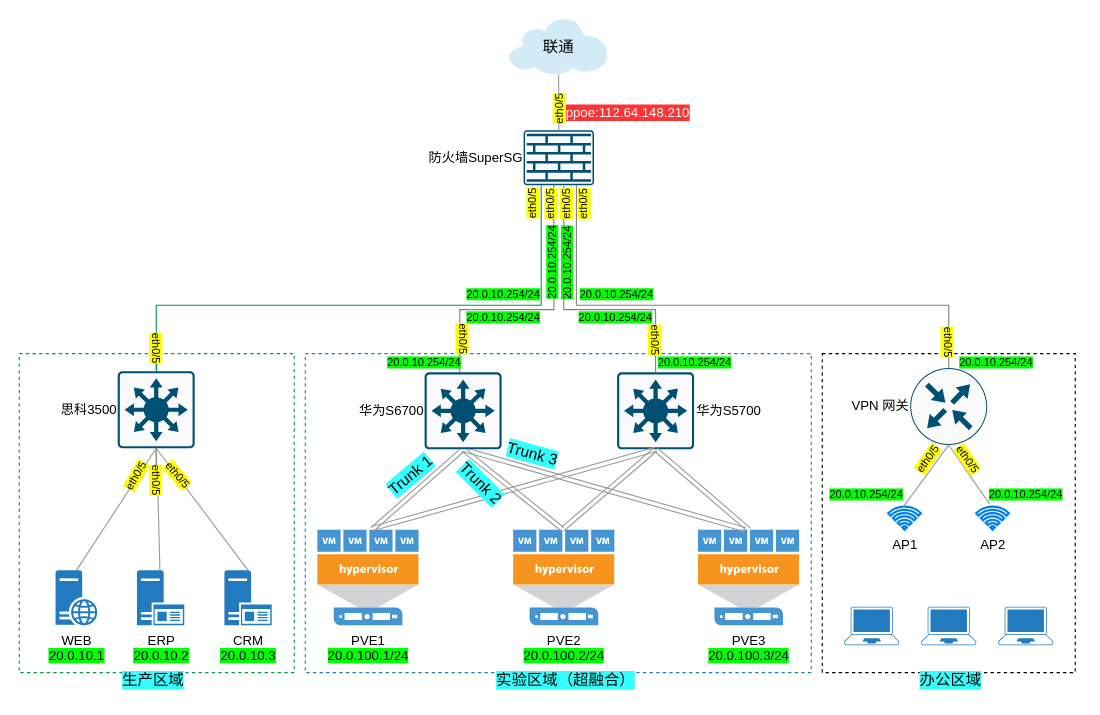
ahhfltj/cloud keeps this draw.io diagram as page "实验环境拓扑图" (5 of 5) of Untitled Diagram.drawio. Above is the earlier version. Source tidied: cells renumbered, new cells numbered last; positions are measured from the earlier drawing's top-left corner, leaving out a move shared by most shapes. Both pictures are drawn from the tidied source at 110%, with x=0, y=0 at pixel (19, 19).
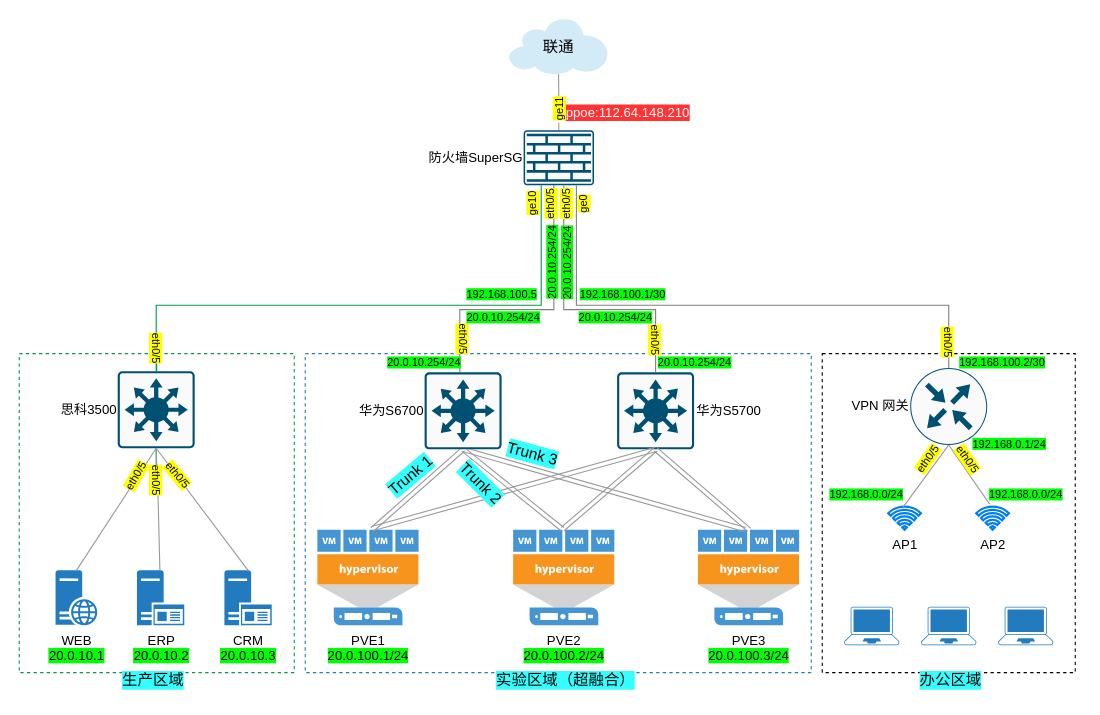
After the change.

The edit, as a diff of the source:
```diff
@@
-    <mxCell id="41" value="&lt;div style=&quot;font-size: 10px&quot;&gt;eth0/5&lt;/div&gt;" style="text;whiteSpace=wrap;html=1;horizontal=0;align=center;verticalAlign=middle;labelBackgroundColor=#FFFF00;fontSize=10;" parent="1" vertex="1">
+    <mxCell id="41" value="&lt;div style=&quot;font-size: 10px&quot;&gt;ge10&lt;/div&gt;" style="text;whiteSpace=wrap;html=1;horizontal=0;align=center;verticalAlign=middle;labelBackgroundColor=#FFFF00;fontSize=10;" parent="1" vertex="1">
       <mxGeometry x="458.5" y="156" width="16" height="24" as="geometry" />
     </mxCell>
@@
-    <mxCell id="44" value="&lt;div style=&quot;font-size: 10px&quot;&gt;eth0/5&lt;/div&gt;" style="text;whiteSpace=wrap;html=1;horizontal=0;align=center;verticalAlign=middle;labelBackgroundColor=#FFFF00;fontSize=10;" parent="1" vertex="1">
+    <mxCell id="44" value="&lt;div style=&quot;font-size: 10px&quot;&gt;ge0&lt;/div&gt;" style="text;whiteSpace=wrap;html=1;horizontal=0;align=center;verticalAlign=middle;labelBackgroundColor=#FFFF00;fontSize=10;" parent="1" vertex="1">
       <mxGeometry x="505" y="156" width="16" height="24" as="geometry" />
     </mxCell>
@@
-    <mxCell id="51" value="&lt;span style=&quot;background-color: rgb(0 , 255 , 0)&quot;&gt;20.0.10.254/24&lt;/span&gt;" style="text;whiteSpace=wrap;html=1;fontSize=10;" parent="1" vertex="1">
+    <mxCell id="51" value="&lt;span style=&quot;background-color: rgb(0 , 255 , 0)&quot;&gt;192.168.100.5&lt;/span&gt;" style="text;whiteSpace=wrap;html=1;fontSize=10;" parent="1" vertex="1">
       <mxGeometry x="404.5" y="238.2" width="70" height="24.9" as="geometry" />
     </mxCell>
-    <mxCell id="52" value="&lt;span style=&quot;background-color: rgb(0 , 255 , 0)&quot;&gt;20.0.10.254/24&lt;/span&gt;" style="text;whiteSpace=wrap;html=1;fontSize=10;" parent="1" vertex="1">
+    <mxCell id="52" value="&lt;span style=&quot;background-color: rgb(0 , 255 , 0)&quot;&gt;192.168.100.1/30&lt;/span&gt;" style="text;whiteSpace=wrap;html=1;fontSize=10;" parent="1" vertex="1">
       <mxGeometry x="507.5" y="238.2" width="79" height="20" as="geometry" />
     </mxCell>
-    <mxCell id="53" value="&lt;span style=&quot;background-color: rgb(0 , 255 , 0)&quot;&gt;20.0.10.254/24&lt;/span&gt;" style="text;whiteSpace=wrap;html=1;fontSize=10;" parent="1" vertex="1">
+    <mxCell id="53" value="&lt;span style=&quot;background-color: rgb(0 , 255 , 0)&quot;&gt;192.168.100.2/30&lt;/span&gt;" style="text;whiteSpace=wrap;html=1;fontSize=10;" parent="1" vertex="1">
       <mxGeometry x="853" y="300" width="85.3" height="37.9" as="geometry" />
     </mxCell>
@@
-    <mxCell id="58" value="&lt;span style=&quot;background-color: rgb(0 , 255 , 0)&quot;&gt;20.0.10.254/24&lt;/span&gt;" style="text;whiteSpace=wrap;html=1;fontSize=10;" parent="1" vertex="1">
+    <mxCell id="58" value="&lt;span style=&quot;background-color: rgb(0 , 255 , 0)&quot;&gt;192.168.0.0/24&lt;/span&gt;" style="text;whiteSpace=wrap;html=1;fontSize=10;" parent="1" vertex="1">
       <mxGeometry x="880" y="420" width="85.3" height="37.9" as="geometry" />
     </mxCell>
-    <mxCell id="59" value="&lt;span style=&quot;background-color: rgb(0 , 255 , 0)&quot;&gt;20.0.10.254/24&lt;/span&gt;" style="text;whiteSpace=wrap;html=1;fontSize=10;" parent="1" vertex="1">
+    <mxCell id="59" value="&lt;span style=&quot;background-color: rgb(0 , 255 , 0)&quot;&gt;192.168.0.0/24&lt;/span&gt;" style="text;whiteSpace=wrap;html=1;fontSize=10;" parent="1" vertex="1">
       <mxGeometry x="734.7" y="420" width="85.3" height="37.9" as="geometry" />
     </mxCell>
@@
-    <mxCell id="69" value="&lt;div style=&quot;font-size: 10px&quot;&gt;eth0/5&lt;/div&gt;" style="text;whiteSpace=wrap;html=1;horizontal=0;align=center;verticalAlign=middle;labelBackgroundColor=#FFFF00;fontSize=10;" parent="1" vertex="1">
+    <mxCell id="69" value="&lt;div style=&quot;font-size: 10px&quot;&gt;ge11&lt;/div&gt;" style="text;whiteSpace=wrap;html=1;horizontal=0;align=center;verticalAlign=middle;labelBackgroundColor=#FFFF00;fontSize=10;" parent="1" vertex="1">
       <mxGeometry x="482.5" y="70" width="16" height="24" as="geometry" />
     </mxCell>
@@
     <mxCell id="72" value="&lt;span style=&quot;background-color: rgb(0 , 255 , 0)&quot;&gt;20.0.10.254/24&lt;/span&gt;" style="text;whiteSpace=wrap;html=1;fontSize=10;rotation=-90;" parent="1" vertex="1">
-      <mxGeometry x="451.6" y="210" width="67.9" height="25" as="geometry" />
+      <mxGeometry x="451.1" y="210.5" width="67.9" height="24" as="geometry" />
     </mxCell>
+    <mxCell id="73" value="&lt;span style=&quot;background-color: rgb(0 , 255 , 0)&quot;&gt;192.168.0.1/24&lt;/span&gt;" style="text;whiteSpace=wrap;html=1;fontSize=10;" parent="1" vertex="1">
+      <mxGeometry x="865" y="374.1" width="85.3" height="37.9" as="geometry" />
+    </mxCell>
```
